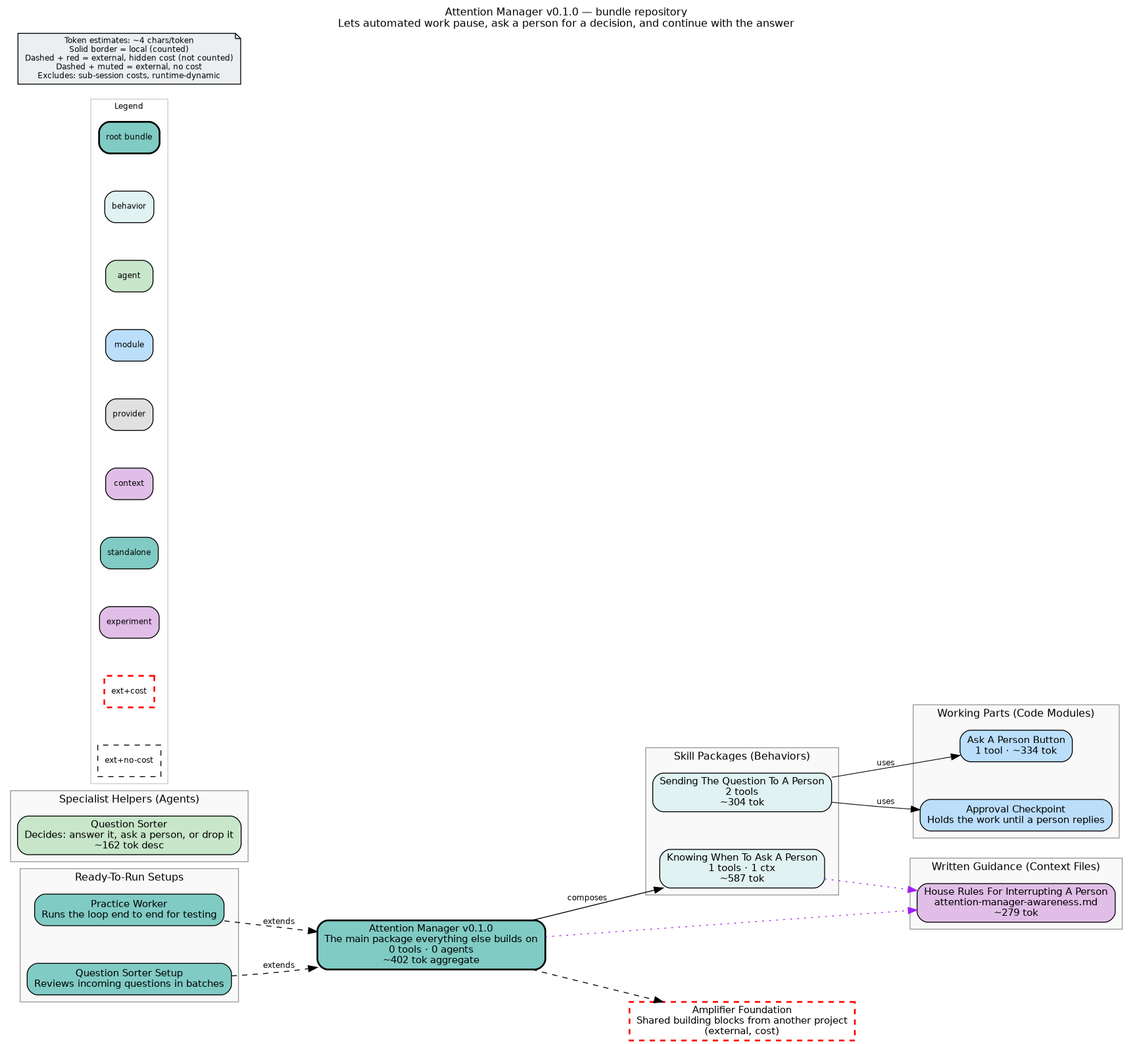
The Graphviz diagram bundle.png in bkrabach/amplifier-attention-manager, before a commit. Its source is kept beside it as bundle.dot.
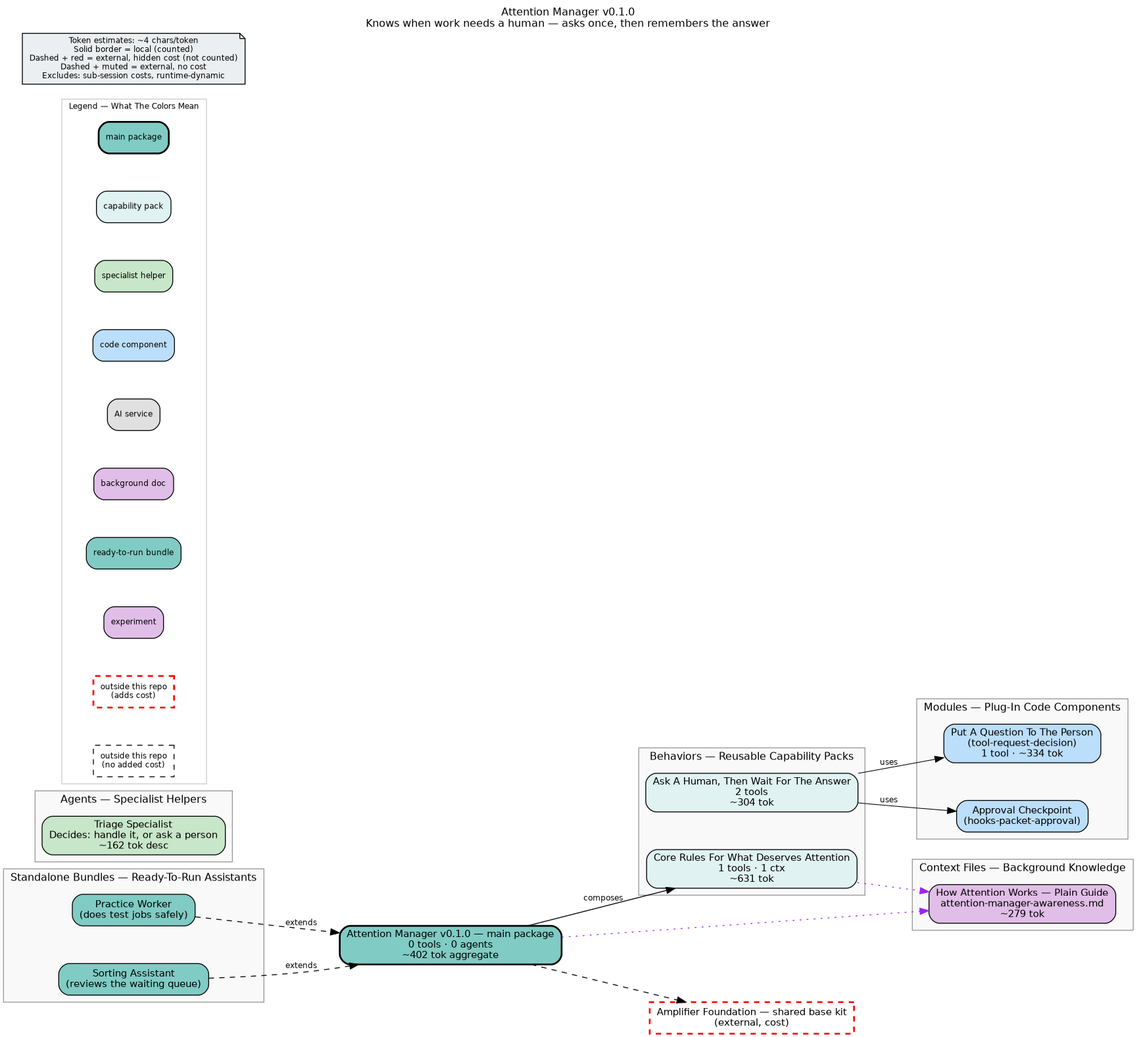
Later version of the same file.

Commit message:
docs(bundle): refresh bundle.dot/png (source-hash current after behavior description)

Regenerated by validate-bundle-repo v3.6.1 run; clears the last remaining
warning (BUNDLE_DOT_STALE) — repo now validates PASS, 0 errors, 6/6 good.

🤖 Generated with [Amplifier](https://github.com/microsoft/amplifier)

What changed in the source:
```diff
@@ -2,89 +2,89 @@
     rankdir=LR
     fontname="Helvetica"
     fontsize=12
-    label="Attention Manager v0.1.0 — bundle repository\nLets automated work pause, ask a person for a decision, and continue with the answer"
+    label="Attention Manager v0.1.0\nKnows when work needs a human — asks once, then remembers the answer"
     labelloc=t
     labeljust=c
     nodesep=0.6
     ranksep=0.7
     bgcolor="white"
-    source_hash="1fe4ded225efb25faad8cceaf065e208f57eb6597654ace9e030f29d29916e7f"
+    source_hash="bedd84018daa4f3f47904539ae9147dd490ae441a751e3d8a068142d81a5b0c3"
 
     node [fontname="Helvetica", fontsize=11, style="filled,rounded"]
     edge [fontname="Helvetica", fontsize=9]
 
-    root_attention_manager [label="Attention Manager v0.1.0\nThe main package everything else builds on\n0 tools · 0 agents\n~402 tok aggregate", shape=box, fillcolor="#80cbc4", style="filled,rounded,bold", penwidth=2]
+    root_attention_manager [label="Attention Manager v0.1.0 — main package\n0 tools · 0 agents\n~402 tok aggregate", shape=box, fillcolor="#80cbc4", style="filled,rounded,bold", penwidth=2]
 
     subgraph cluster_behaviors {
-        label="Skill Packages (Behaviors)"
+        label="Behaviors — Reusable Capability Packs"
         style="filled"
         fillcolor="#f9f9f9"
         color="#999999"
 
-        beh_attention_manager_behavior [label="Knowing When To Ask A Person\n1 tools · 1 ctx\n~587 tok", shape=box, fillcolor="#e0f2f1", style="filled,rounded"]
-        beh_packet_escalation [label="Sending The Question To A Person\n2 tools\n~304 tok", shape=box, fillcolor="#e0f2f1", style="filled,rounded"]
+        beh_attention_manager_behavior [label="Core Rules For What Deserves Attention\n1 tools · 1 ctx\n~631 tok", shape=box, fillcolor="#e0f2f1", style="filled,rounded"]
+        beh_packet_escalation [label="Ask A Human, Then Wait For The Answer\n2 tools\n~304 tok", shape=box, fillcolor="#e0f2f1", style="filled,rounded"]
     }
 
     subgraph cluster_standalones {
-        label="Ready-To-Run Setups"
+        label="Standalone Bundles — Ready-To-Run Assistants"
         style="filled"
         fillcolor="#f9f9f9"
         color="#999999"
 
-        sta_attention_test_worker [label="Practice Worker\nRuns the loop end to end for testing", shape=box, fillcolor="#80cbc4", style="filled,rounded"]
-        sta_attention_triage [label="Question Sorter Setup\nReviews incoming questions in batches", shape=box, fillcolor="#80cbc4", style="filled,rounded"]
+        sta_attention_test_worker [label="Practice Worker\n(does test jobs safely)", shape=box, fillcolor="#80cbc4", style="filled,rounded"]
+        sta_attention_triage [label="Sorting Assistant\n(reviews the waiting queue)", shape=box, fillcolor="#80cbc4", style="filled,rounded"]
     }
 
     subgraph cluster_agents {
-        label="Specialist Helpers (Agents)"
+        label="Agents — Specialist Helpers"
         style="filled"
         fillcolor="#f9f9f9"
         color="#999999"
 
-        agt_triage [label="Question Sorter\nDecides: answer it, ask a person, or drop it\n~162 tok desc", shape=box, fillcolor="#c8e6c9", style="filled,rounded"]
+        agt_triage [label="Triage Specialist\nDecides: handle it, or ask a person\n~162 tok desc", shape=box, fillcolor="#c8e6c9", style="filled,rounded"]
     }
 
     subgraph cluster_modules {
-        label="Working Parts (Code Modules)"
+        label="Modules — Plug-In Code Components"
         style="filled"
         fillcolor="#f9f9f9"
         color="#999999"
 
-        mod_hooks_packet_approval [label="Approval Checkpoint\nHolds the work until a person replies", shape=box, fillcolor="#bbdefb", style="filled,rounded"]
-        mod_tool_request_decision [label="Ask A Person Button\n1 tool · ~334 tok", shape=box, fillcolor="#bbdefb", style="filled,rounded"]
+        mod_hooks_packet_approval [label="Approval Checkpoint\n(hooks-packet-approval)", shape=box, fillcolor="#bbdefb", style="filled,rounded"]
+        mod_tool_request_decision [label="Put A Question To The Person\n(tool-request-decision)\n1 tool · ~334 tok", shape=box, fillcolor="#bbdefb", style="filled,rounded"]
     }
 
     subgraph cluster_context {
-        label="Written Guidance (Context Files)"
+        label="Context Files — Background Knowledge"
         style="filled"
         fillcolor="#f9f9f9"
         color="#999999"
 
-        ctx_attention_manager_awareness_md [label="House Rules For Interrupting A Person\nattention-manager-awareness.md\n~279 tok", shape=box, fillcolor="#e1bee7", style="filled,rounded"]
+        ctx_attention_manager_awareness_md [label="How Attention Works — Plain Guide\nattention-manager-awareness.md\n~279 tok", shape=box, fillcolor="#e1bee7", style="filled,rounded"]
     }
 
     subgraph cluster_legend {
-        label="Legend"
+        label="Legend — What The Colors Mean"
         style="filled"
         fillcolor="white"
         color="#cccccc"
         fontsize=9
 
-        leg_root [label="root bundle", shape=box, fillcolor="#80cbc4", style="filled,rounded,bold", fontsize=9]
-        leg_behavior [label="behavior", shape=box, fillcolor="#e0f2f1", style="filled,rounded", fontsize=9]
-        leg_agent [label="agent", shape=box, fillcolor="#c8e6c9", style="filled,rounded", fontsize=9]
-        leg_module [label="module", shape=box, fillcolor="#bbdefb", style="filled,rounded", fontsize=9]
-        leg_provider [label="provider", shape=box, fillcolor="#e0e0e0", style="filled,rounded", fontsize=9]
-        leg_context [label="context", shape=box, fillcolor="#e1bee7", style="filled,rounded", fontsize=9]
-        leg_standalone [label="standalone", shape=box, fillcolor="#80cbc4", style="filled,rounded", fontsize=9]
+        leg_root [label="main package", shape=box, fillcolor="#80cbc4", style="filled,rounded,bold", fontsize=9]
+        leg_behavior [label="capability pack", shape=box, fillcolor="#e0f2f1", style="filled,rounded", fontsize=9]
+        leg_agent [label="specialist helper", shape=box, fillcolor="#c8e6c9", style="filled,rounded", fontsize=9]
+        leg_module [label="code component", shape=box, fillcolor="#bbdefb", style="filled,rounded", fontsize=9]
+        leg_provider [label="AI service", shape=box, fillcolor="#e0e0e0", style="filled,rounded", fontsize=9]
+        leg_context [label="background doc", shape=box, fillcolor="#e1bee7", style="filled,rounded", fontsize=9]
+        leg_standalone [label="ready-to-run bundle", shape=box, fillcolor="#80cbc4", style="filled,rounded", fontsize=9]
         leg_experiment [label="experiment", shape=box, fillcolor="#e1bee7", style="filled,rounded", fontsize=9]
-        leg_ext_cost [label="ext+cost", shape=box, fillcolor="#80cbc4", style="dashed", color="red", penwidth=2, fontsize=9]
-        leg_ext_muted [label="ext+no-cost", shape=box, fillcolor="#f5f5f5", style="dashed", fontsize=9]
+        leg_ext_cost [label="outside this repo\n(adds cost)", shape=box, fillcolor="#80cbc4", style="dashed", color="red", penwidth=2, fontsize=9]
+        leg_ext_muted [label="outside this repo\n(no added cost)", shape=box, fillcolor="#f5f5f5", style="dashed", fontsize=9]
     }
 
     disclaimer [label="Token estimates: ~4 chars/token\nSolid border = local (counted)\nDashed + red = external, hidden cost (not counted)\nDashed + muted = external, no cost\nExcludes: sub-session costs, runtime-dynamic", shape=note, fillcolor="#eceff1", style="filled", fontsize=9]
 
-    ext_githttps___github_com_microsoft_amplifier_foundation_main [label="Amplifier Foundation\nShared building blocks from another project\n(external, cost)", shape=box, fillcolor="#80cbc4", style="dashed", color="red", penwidth=2]
+    ext_githttps___github_com_microsoft_amplifier_foundation_main [label="Amplifier Foundation — shared base kit\n(external, cost)", shape=box, fillcolor="#80cbc4", style="dashed", color="red", penwidth=2]
 
     root_attention_manager -> ext_githttps___github_com_microsoft_amplifier_foundation_main [style=dashed]
     root_attention_manager -> beh_attention_manager_behavior [label="composes"]
```
